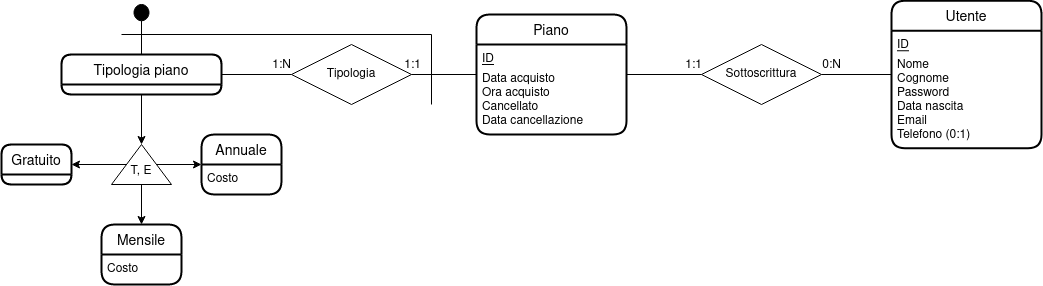
chrg127/db-online-console keeps this draw.io diagram as other/piano.png. Above is the earlier version. Source tidied: cells renumbered, new cells last; positions are measured from the earlier drawing's top-left corner, leaving out a move shared by most shapes.
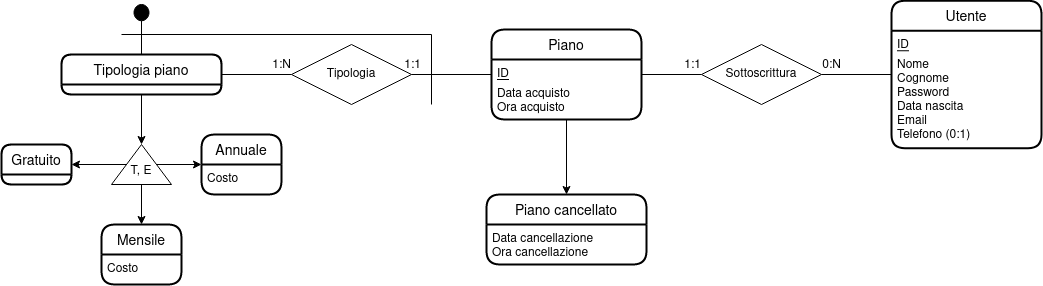
Above is the later version.

What changed in the source:
```diff
@@ -33,14 +33,17 @@
     <mxCell id="10" value="Gratuito" style="swimlane;horizontal=1;startSize=30;rounded=1;fontSize=14;fontStyle=0;strokeWidth=2;shadow=0;dashed=0;align=center;" parent="1" vertex="1">
       <mxGeometry y="144" width="70" height="40" as="geometry" />
     </mxCell>
+    <mxCell id="33" style="edgeStyle=orthogonalEdgeStyle;rounded=1;jettySize=auto;html=1;" parent="1" edge="1" source="11" target="34">
+      <mxGeometry relative="1" as="geometry" />
+    </mxCell>
     <mxCell id="11" value="Piano" style="swimlane;horizontal=1;startSize=30;rounded=1;fontSize=14;fontStyle=0;strokeWidth=2;shadow=0;dashed=0;align=center;" parent="1" vertex="1">
-      <mxGeometry x="475" y="14" width="150" height="120" as="geometry" />
+      <mxGeometry x="490" y="29" width="150" height="90" as="geometry" />
     </mxCell>
     <mxCell id="12" value="ID" style="text;strokeColor=none;fillColor=none;spacingLeft=4;spacingRight=4;overflow=hidden;fontSize=12;labelBackgroundColor=#ffffff;align=left;html=0;fontStyle=4;" parent="11" vertex="1">
       <mxGeometry y="30" width="150" height="20" as="geometry" />
     </mxCell>
-    <mxCell id="13" value="Data acquisto&#10;Ora acquisto&#10;Cancellato&#10;Data cancellazione&#10;" style="align=left;strokeColor=none;fillColor=none;spacingLeft=4;fontSize=12;verticalAlign=top;" parent="11" vertex="1">
-      <mxGeometry y="50" width="150" height="70" as="geometry" />
+    <mxCell id="13" value="Data acquisto&#10;Ora acquisto&#10;" style="align=left;strokeColor=none;fillColor=none;spacingLeft=4;fontSize=12;verticalAlign=top;" parent="11" vertex="1">
+      <mxGeometry y="50" width="150" height="40" as="geometry" />
     </mxCell>
     <mxCell id="14" value="Tipologia piano" style="swimlane;horizontal=1;startSize=30;rounded=1;fontSize=14;fontStyle=0;strokeWidth=2;shadow=0;dashed=0;align=center;" parent="1" vertex="1">
       <mxGeometry x="60" y="54" width="160" height="40" as="geometry" />
@@ -109,5 +112,11 @@
         <mxPoint x="430" y="34" as="targetPoint" />
       </mxGeometry>
     </mxCell>
+    <mxCell id="34" value="Piano cancellato" style="swimlane;horizontal=1;startSize=30;rounded=1;fontSize=14;fontStyle=0;strokeWidth=2;shadow=0;dashed=0;align=center;sketch=0;" parent="1" vertex="1">
+      <mxGeometry x="485" y="194" width="160" height="70" as="geometry" />
+    </mxCell>
+    <mxCell id="35" value="Data cancellazione&#10;Ora cancellazione&#10;" style="align=left;strokeColor=none;fillColor=none;spacingLeft=4;fontSize=12;verticalAlign=top;" parent="34" vertex="1">
+      <mxGeometry y="30" width="160" height="40" as="geometry" />
+    </mxCell>
   </root>
 </mxGraphModel>
```
